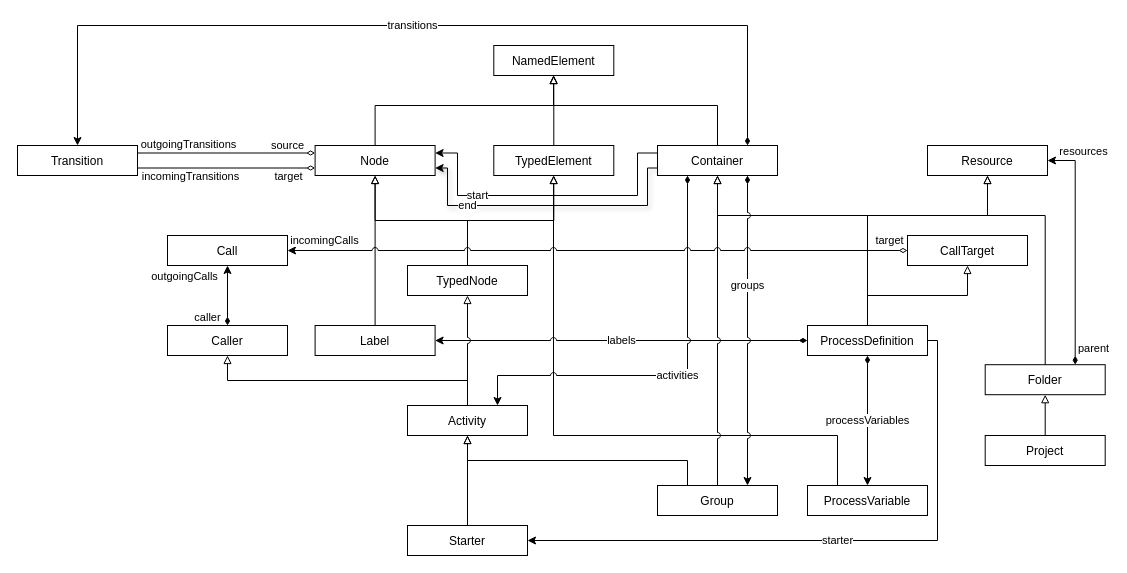
The draw.io diagram ecore/src/main/resources/org/nasdanika/models/bw5/ecore/bw.drawio in Nasdanika-Models/bw5, before the edit. Source tidied: cells renumbered, new cells numbered last; positions are measured from the earlier drawing's top-left corner, leaving out a move shared by most shapes. Both pictures are drawn from the tidied source at 100%, with x=0, y=0 at pixel (17, 25).
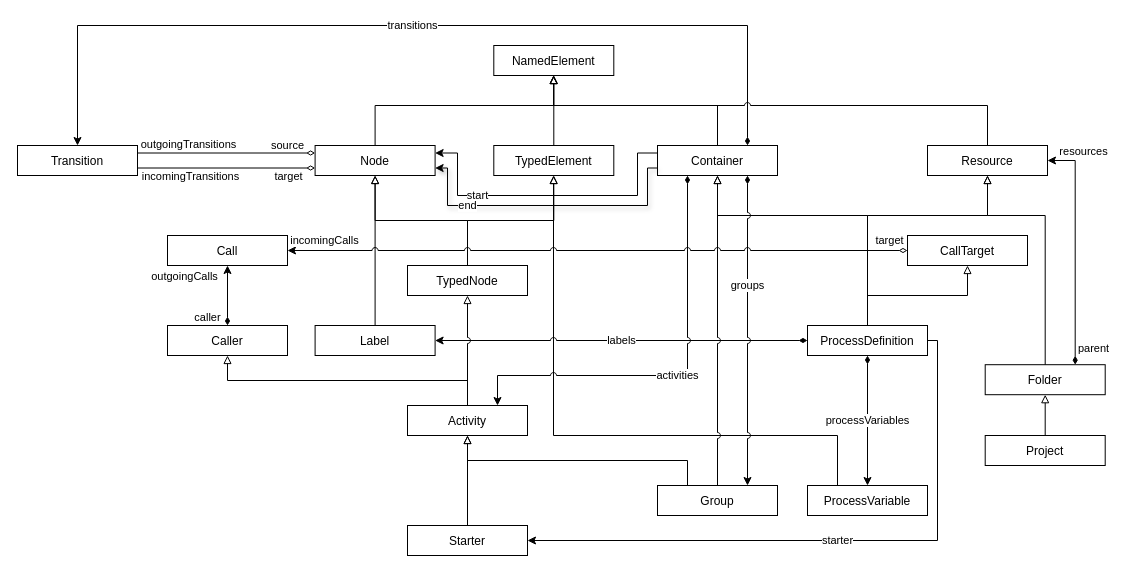
Above is the later version.

The change refers to these unchanged cells:
```xml
<mxCell id="25" value="NamedElement" parent="1" vertex="1">
  <mxGeometry x="476.3" y="20" width="120" height="30" as="geometry" />
</mxCell>
<mxCell id="42" value="Resource" parent="1" vertex="1">
  <mxGeometry x="910" y="120" width="120" height="30" as="geometry" />
</mxCell>
```

Diff of the diagram source:
```diff
@@
+    <mxCell id="60" style="edgeStyle=orthogonalEdgeStyle;rounded=0;jettySize=auto;html=1;endArrow=block;endFill=0;exitX=0.5;exitY=0;exitDx=0;exitDy=0;jumpStyle=arc;entryX=0.5;entryY=1;entryDx=0;entryDy=0;" parent="1" edge="1" source="42" target="25">
+      <mxGeometry relative="1" as="geometry">
+        <Array as="points">
+          <mxPoint x="970" y="80" />
+          <mxPoint x="536" y="80" />
+        </Array>
+      </mxGeometry>
+    </mxCell>
```
